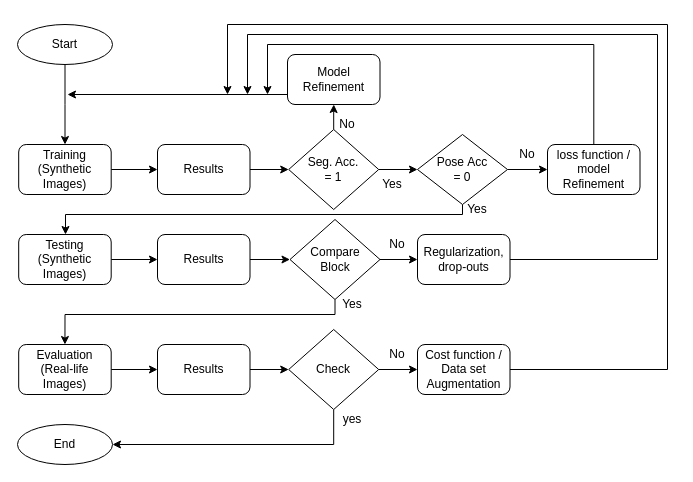
The draw.io diagram Flow_chart_Approach.drawio in aapowadi/CNN_Research, before the edit. Source tidied: cells renumbered, new cells numbered last; positions are measured from the earlier drawing's top-left corner, leaving out a move shared by most shapes. Both pictures are drawn from the tidied source at 100%, with x=0, y=0 at pixel (17, 24).
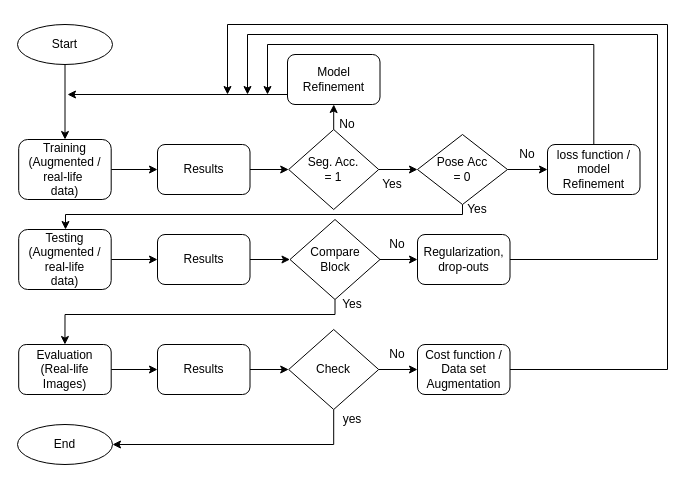
Above is the later version.

What changed in the source:
```diff
@@
-    <mxCell id="5" value="Training&lt;br&gt;(Synthetic&lt;br&gt;Images)" style="rounded=1;whiteSpace=wrap;html=1;" parent="1" vertex="1">
-      <mxGeometry x="1.2" y="120" width="92.5" height="50" as="geometry" />
+    <mxCell id="5" value="Training&lt;br&gt;(Augmented / real-life&amp;nbsp;&lt;br&gt;data)" style="rounded=1;whiteSpace=wrap;html=1;" parent="1" vertex="1">
+      <mxGeometry x="1.2" y="115" width="92.5" height="60" as="geometry" />
     </mxCell>
@@
-    <mxCell id="7" value="Testing&lt;br&gt;(Synthetic&lt;br&gt;Images)" style="rounded=1;whiteSpace=wrap;html=1;" parent="1" vertex="1">
-      <mxGeometry x="1.2" y="210" width="92.5" height="50" as="geometry" />
+    <mxCell id="7" value="Testing&lt;br&gt;(Augmented / real-life&lt;br&gt;data)" style="rounded=1;whiteSpace=wrap;html=1;" parent="1" vertex="1">
+      <mxGeometry x="1.2" y="205" width="92.5" height="60" as="geometry" />
     </mxCell>
```
